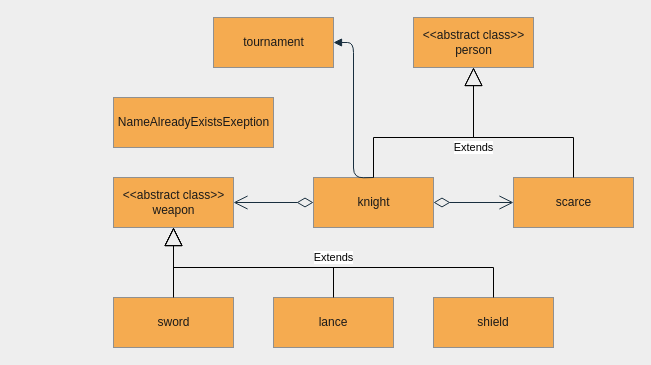
Earlier version of the draw.io diagram UML-tournament.drawio (SimonFurtm/tournament). Source tidied: cells renumbered, new cells numbered last; positions are measured from the earlier drawing's top-left corner, leaving out a move shared by most shapes. Both pictures are drawn from the tidied source at 100%, with x=0, y=0 at pixel (113, 17).
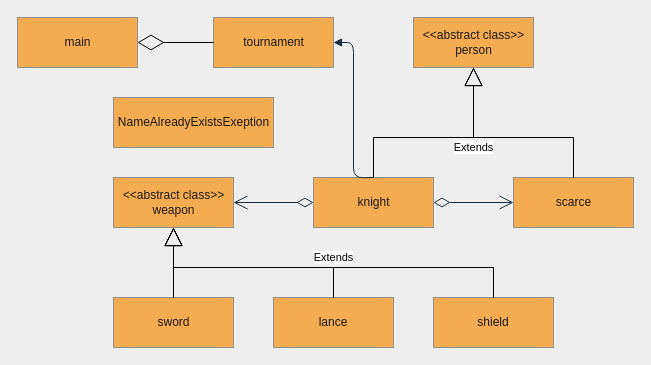
Above is the later version.

Unchanged cells that the change refers to:
```xml
<mxCell id="6" value="tournament" style="html=1;fillColor=#F5AB50;strokeColor=#909090;fontColor=#1A1A1A;" parent="1" vertex="1">
  <mxGeometry x="100" width="120" height="50" as="geometry" />
</mxCell>
```

What changed in the source:
```diff
@@
+    <mxCell id="19" value="main" style="html=1;fillColor=#F5AB50;strokeColor=#909090;fontColor=#1A1A1A;" parent="1" vertex="1">
+      <mxGeometry x="-96" width="120" height="50" as="geometry" />
+    </mxCell>
+    <mxCell id="20" style="endArrow=diamondThin;endFill=0;endSize=24;html=1;rounded=0;exitX=0;exitY=0.5;exitDx=0;exitDy=0;entryX=1;entryY=0.5;entryDx=0;entryDy=0;" parent="1" edge="1" source="6" target="19">
+      <mxGeometry relative="1" as="geometry" />
+    </mxCell>
```
